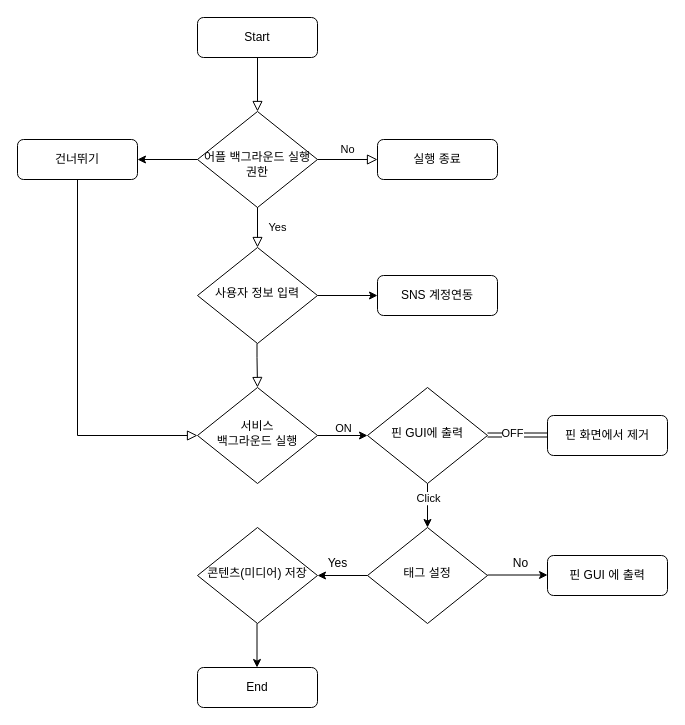
This is page "Save Flow" (1 of 3) of User Flow (bookmarking service).drawio from rego7624/Ned_Portfolio_as_a_Data_Scientist, a draw.io file, before an edit. Source tidied: cells renumbered, new cells numbered last; positions are measured from the earlier drawing's top-left corner, leaving out a move shared by most shapes. Both pictures are drawn from the tidied source at 100%, with x=0, y=0 at pixel (17, 17).
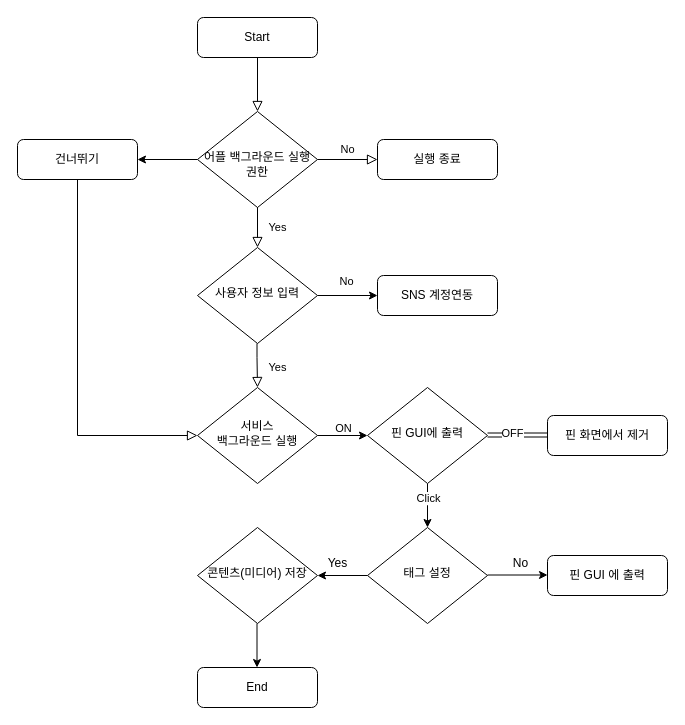
The same diagram, later.

What changed in the source:
```diff
@@
+    <mxCell id="33" value="&lt;font style=&quot;font-size: 11px&quot;&gt;No&lt;/font&gt;" style="text;html=1;align=center;verticalAlign=middle;" parent="1" vertex="1">
+      <mxGeometry x="314" y="254" width="30" height="20" as="geometry" />
+    </mxCell>
+    <mxCell id="34" value="&lt;font style=&quot;font-size: 11px&quot;&gt;Yes&lt;/font&gt;" style="text;html=1;align=center;verticalAlign=middle;" parent="1" vertex="1">
+      <mxGeometry x="245" y="340" width="30" height="20" as="geometry" />
+    </mxCell>
```
